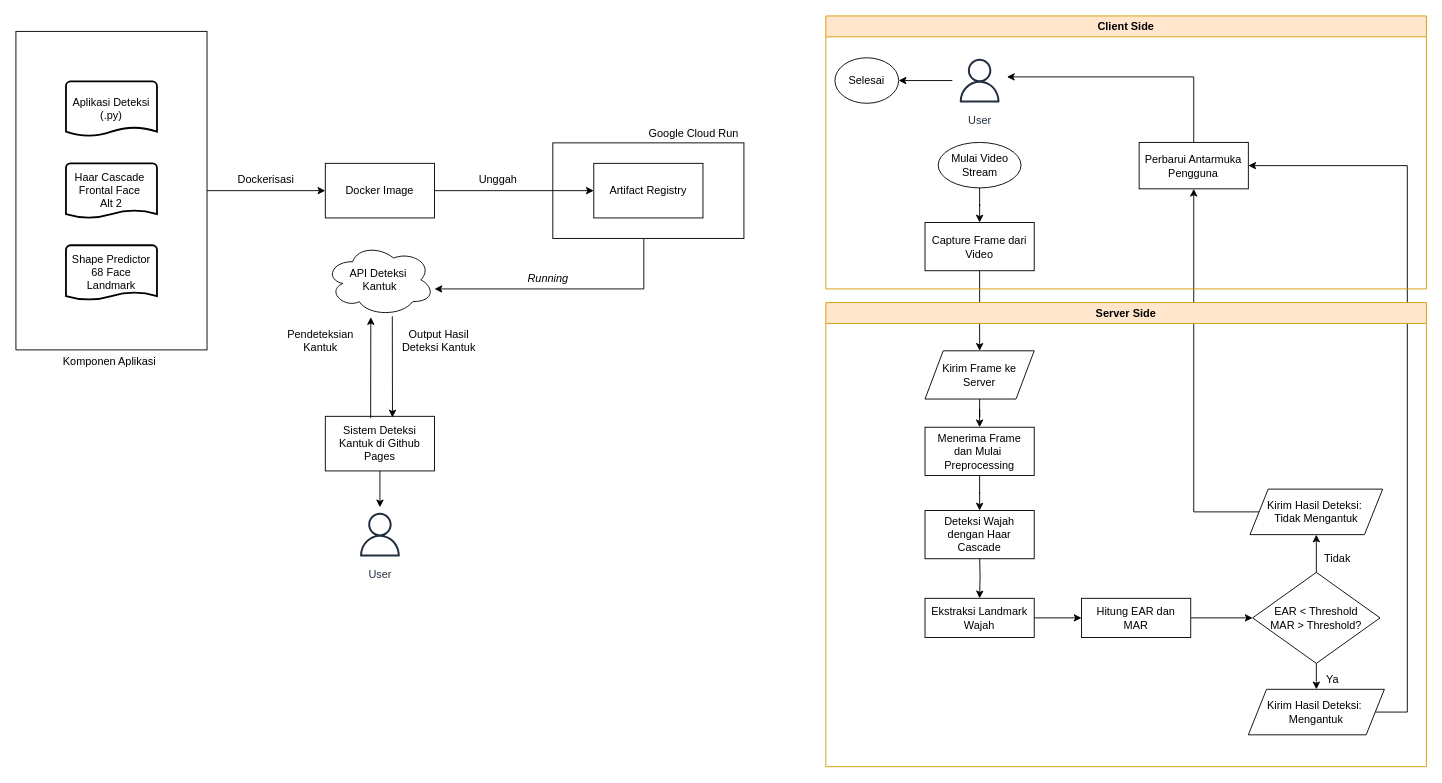
The draw.io diagram Implementasi.drawio in pakkaem/app.diagrams.net-repo, before the edit. Source tidied: cells renumbered, new cells numbered last; positions are measured from the earlier drawing's top-left corner, leaving out a move shared by most shapes. Both pictures are drawn from the tidied source at 91%, with x=0, y=0 at pixel (15, 15). Pictures stored in the file or linked from it are replaced by grey dashed boxes.
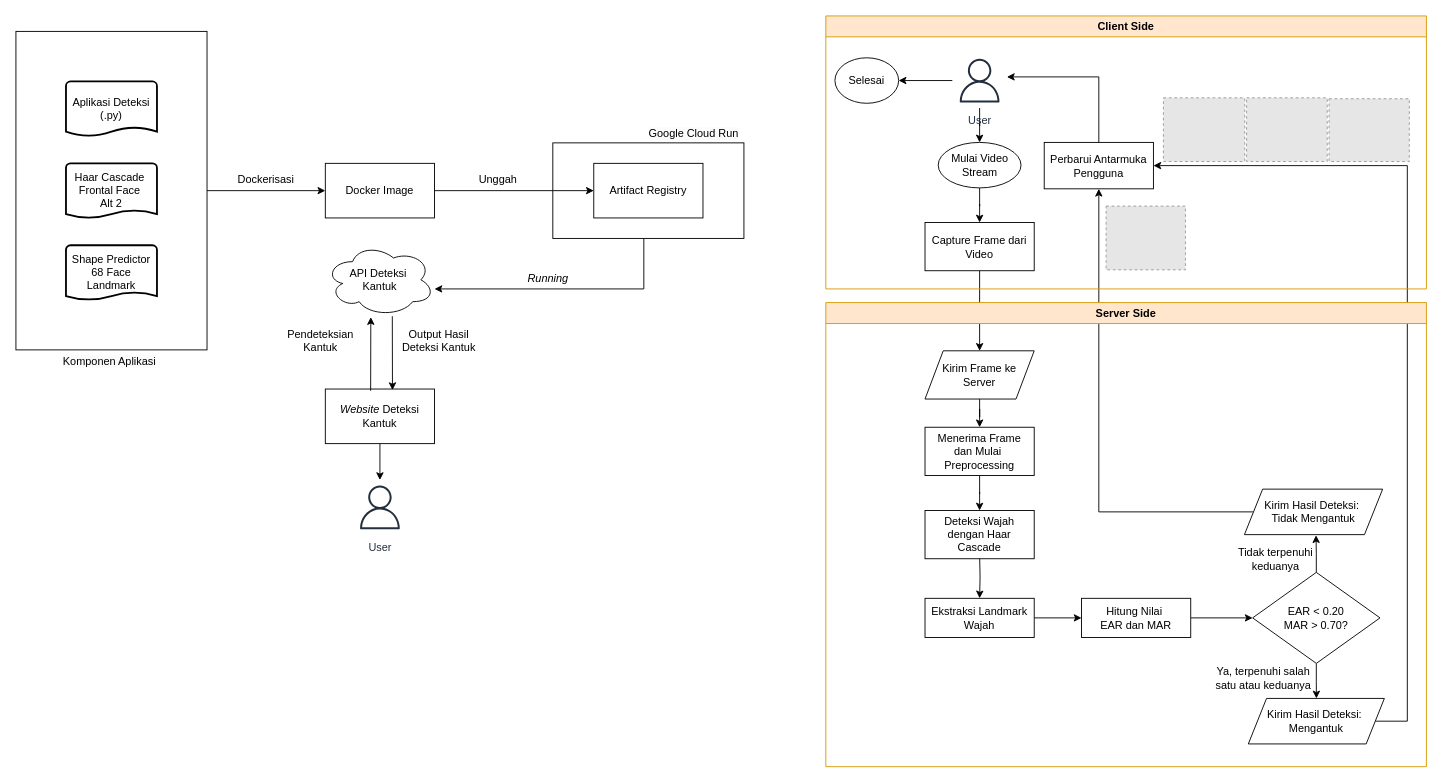
After the change.

The change refers to these unchanged cells:
```xml
<mxCell id="33" value="Client Side" style="swimlane;whiteSpace=wrap;html=1;fillColor=#ffe6cc;strokeColor=#d79b00;" parent="1" vertex="1">
  <mxGeometry x="890" width="660" height="300" as="geometry" />
</mxCell>
<mxCell id="34" value="Mulai Video&lt;div&gt;Stream&lt;/div&gt;" style="ellipse;whiteSpace=wrap;html=1;" parent="33" vertex="1">
  <mxGeometry x="123.5" y="139" width="91" height="50" as="geometry" />
</mxCell>
<mxCell id="35" value="User" style="sketch=0;outlineConnect=0;fontColor=#232F3E;gradientColor=none;strokeColor=#232F3E;fillColor=#ffffff;dashed=0;verticalLabelPosition=bottom;verticalAlign=top;align=center;html=1;fontSize=12;fontStyle=0;shape=mxgraph.aws4.resourceIcon;resIcon=mxgraph.aws4.user;" parent="33" vertex="1">
  <mxGeometry x="139" y="41" width="60" height="60" as="geometry" />
</mxCell>
<mxCell id="38" value="Server Side" style="swimlane;whiteSpace=wrap;html=1;fillColor=#ffe6cc;strokeColor=#d79b00;" parent="1" vertex="1">
  <mxGeometry x="890" y="315" width="660" height="510" as="geometry" />
</mxCell>
```

Diff of the diagram source:
```diff
@@
     <mxCell id="8" value="User" style="sketch=0;outlineConnect=0;fontColor=#232F3E;gradientColor=none;strokeColor=#232F3E;fillColor=#ffffff;dashed=0;verticalLabelPosition=bottom;verticalAlign=top;align=center;html=1;fontSize=12;fontStyle=0;shape=mxgraph.aws4.resourceIcon;resIcon=mxgraph.aws4.user;" parent="1" vertex="1">
-      <mxGeometry x="370" y="540" width="60" height="60" as="geometry" />
+      <mxGeometry x="370" y="510" width="60" height="60" as="geometry" />
     </mxCell>
@@
-    <mxCell id="10" value="Sistem Deteksi Kantuk di Github Pages" style="whiteSpace=wrap;html=1;rounded=0;" parent="1" vertex="1">
-      <mxGeometry x="340" y="440" width="120" height="60" as="geometry" />
+    <mxCell id="10" value="&lt;i&gt;Website&lt;/i&gt;&amp;nbsp;Deteksi Kantuk" style="whiteSpace=wrap;html=1;rounded=0;" parent="1" vertex="1">
+      <mxGeometry x="340" y="410" width="120" height="60" as="geometry" />
     </mxCell>
@@
     <mxCell id="29" style="edgeStyle=orthogonalEdgeStyle;rounded=0;jettySize=auto;html=1;entryX=1;entryY=0.5;entryDx=0;entryDy=0;exitX=1;exitY=0.5;exitDx=0;exitDy=0;" parent="1" edge="1" source="55" target="32">
       <mxGeometry relative="1" as="geometry">
         <Array as="points">
-          <mxPoint x="1529" y="765" />
-          <mxPoint x="1529" y="164" />
+          <mxPoint x="1529" y="775" />
+          <mxPoint x="1529" y="165" />
         </Array>
       </mxGeometry>
     </mxCell>
@@
-    <mxCell id="31" style="edgeStyle=orthogonalEdgeStyle;rounded=0;jettySize=auto;html=1;" parent="1" edge="1" source="32" target="35">
-      <mxGeometry relative="1" as="geometry">
-        <Array as="points">
-          <mxPoint x="1294" y="67" />
-        </Array>
-      </mxGeometry>
-    </mxCell>
-    <mxCell id="32" value="Perbarui Antarmuka Pengguna" style="rounded=0;whiteSpace=wrap;html=1;" parent="1" vertex="1">
-      <mxGeometry x="1234.3" y="139" width="120" height="51" as="geometry" />
-    </mxCell>
@@
+    <mxCell id="56" style="edgeStyle=orthogonalEdgeStyle;rounded=0;jettySize=auto;html=1;" parent="33" edge="1" source="35" target="34">
+      <mxGeometry relative="1" as="geometry" />
+    </mxCell>
@@
+    <mxCell id="57" style="fillColor=#E6E6E6;strokeColor=#999999;dashed=1;verticalLabelPosition=bottom;labelBackgroundColor=default;verticalAlign=top;" parent="33" vertex="1">
+      <mxGeometry x="308" y="209" width="87.2" height="70" as="geometry" />
+    </mxCell>
+    <mxCell id="58" style="fillColor=#E6E6E6;strokeColor=#999999;dashed=1;verticalLabelPosition=bottom;labelBackgroundColor=default;verticalAlign=top;" parent="33" vertex="1">
+      <mxGeometry x="371" y="90" width="89.4" height="70" as="geometry" />
+    </mxCell>
+    <mxCell id="32" value="Perbarui Antarmuka Pengguna" style="rounded=0;whiteSpace=wrap;html=1;" parent="33" vertex="1">
+      <mxGeometry x="240" y="139" width="120" height="51" as="geometry" />
+    </mxCell>
+    <mxCell id="31" style="edgeStyle=orthogonalEdgeStyle;rounded=0;jettySize=auto;html=1;" parent="33" edge="1" source="32" target="35">
+      <mxGeometry relative="1" as="geometry">
+        <Array as="points">
+          <mxPoint x="300" y="67" />
+        </Array>
+      </mxGeometry>
+    </mxCell>
+    <mxCell id="59" style="fillColor=#E6E6E6;strokeColor=#999999;dashed=1;verticalLabelPosition=bottom;labelBackgroundColor=default;verticalAlign=top;" parent="33" vertex="1">
+      <mxGeometry x="462.4" y="90" width="88.6" height="70" as="geometry" />
+    </mxCell>
@@
-    <mxCell id="47" value="Hitung EAR dan&lt;div&gt;MAR&lt;/div&gt;" style="whiteSpace=wrap;html=1;" parent="38" vertex="1">
+    <mxCell id="47" value="Hitung Nilai&amp;nbsp;&lt;div&gt;EAR dan&amp;nbsp;&lt;span style=&quot;background-color: transparent; color: light-dark(rgb(0, 0, 0), rgb(255, 255, 255));&quot;&gt;MAR&lt;/span&gt;&lt;/div&gt;" style="whiteSpace=wrap;html=1;" parent="38" vertex="1">
       <mxGeometry x="281" y="325" width="120" height="43" as="geometry" />
     </mxCell>
@@
-    <mxCell id="49" value="Tidak" style="text;html=1;align=center;verticalAlign=middle;whiteSpace=wrap;rounded=0;" parent="38" vertex="1">
-      <mxGeometry x="537" y="273" width="51" height="17" as="geometry" />
+    <mxCell id="49" value="Tidak terpenuhi keduanya" style="text;html=1;align=center;verticalAlign=middle;whiteSpace=wrap;rounded=0;" parent="38" vertex="1">
+      <mxGeometry x="448" y="273" width="93" height="17" as="geometry" />
     </mxCell>
-    <mxCell id="50" value="Ya" style="text;html=1;align=center;verticalAlign=middle;whiteSpace=wrap;rounded=0;" parent="38" vertex="1">
-      <mxGeometry x="537" y="405" width="40" height="20" as="geometry" />
+    <mxCell id="50" value="Ya, terpenuhi salah satu atau keduanya" style="text;html=1;align=center;verticalAlign=middle;whiteSpace=wrap;rounded=0;" parent="38" vertex="1">
+      <mxGeometry x="425" y="402.5" width="112" height="20" as="geometry" />
     </mxCell>
-    <mxCell id="51" value="EAR &amp;lt; Threshold&lt;br&gt;MAR &amp;gt; Threshold?" style="rhombus;whiteSpace=wrap;html=1;" parent="38" vertex="1">
+    <mxCell id="51" value="EAR &amp;lt; 0.20&lt;br&gt;MAR &amp;gt; 0.70?" style="rhombus;whiteSpace=wrap;html=1;" parent="38" vertex="1">
       <mxGeometry x="469" y="296.5" width="140" height="100" as="geometry" />
     </mxCell>
     <mxCell id="52" value="Kirim&amp;nbsp;&lt;span style=&quot;background-color: transparent; color: light-dark(rgb(0, 0, 0), rgb(255, 255, 255));&quot;&gt;Hasil Deteksi:&amp;nbsp;&lt;/span&gt;&lt;div&gt;&lt;div&gt;Tidak Mengantuk&lt;/div&gt;&lt;/div&gt;" style="shape=parallelogram;perimeter=parallelogramPerimeter;whiteSpace=wrap;html=1;fixedSize=1;" parent="38" vertex="1">
-      <mxGeometry x="466.1" y="205" width="145.8" height="50" as="geometry" />
+      <mxGeometry x="460" y="205" width="151.9" height="50" as="geometry" />
     </mxCell>
-    <mxCell id="53" style="edgeStyle=orthogonalEdgeStyle;rounded=0;jettySize=auto;html=1;" parent="38" edge="1" source="51" target="52">
+    <mxCell id="53" style="edgeStyle=orthogonalEdgeStyle;rounded=0;jettySize=auto;html=1;entryX=0.518;entryY=1.014;entryDx=0;entryDy=0;entryPerimeter=0;" parent="38" edge="1" source="51" target="52">
       <mxGeometry relative="1" as="geometry" />
     </mxCell>
@@
     <mxCell id="55" value="Kirim Hasil Deteksi:&amp;nbsp;&lt;div&gt;Mengantuk&lt;/div&gt;" style="shape=parallelogram;perimeter=parallelogramPerimeter;whiteSpace=wrap;html=1;fixedSize=1;" parent="38" vertex="1">
-      <mxGeometry x="464.3" y="425" width="149.5" height="50" as="geometry" />
+      <mxGeometry x="464.3" y="435" width="149.5" height="50" as="geometry" />
     </mxCell>
+    <mxCell id="60" style="fillColor=#E6E6E6;strokeColor=#999999;dashed=1;verticalLabelPosition=bottom;labelBackgroundColor=default;verticalAlign=top;" parent="1" vertex="1">
+      <mxGeometry x="1443" y="91" width="88.2" height="69" as="geometry" />
+    </mxCell>
```
